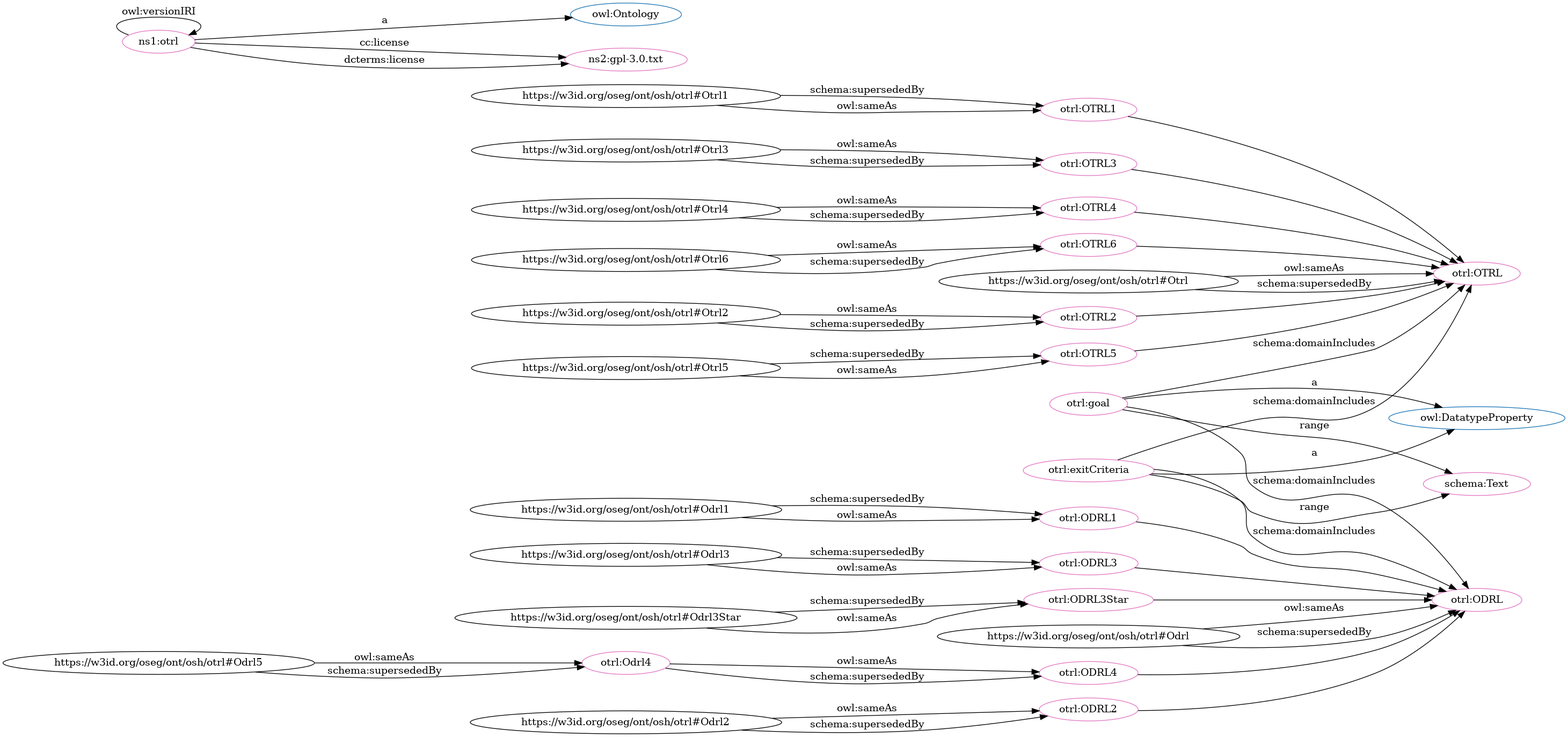
The Graphviz diagram dot_OTRL.png in OPEN-NEXT/OKH-LOSH, before a commit. Its source is kept beside it as dot_OTRL.dot.
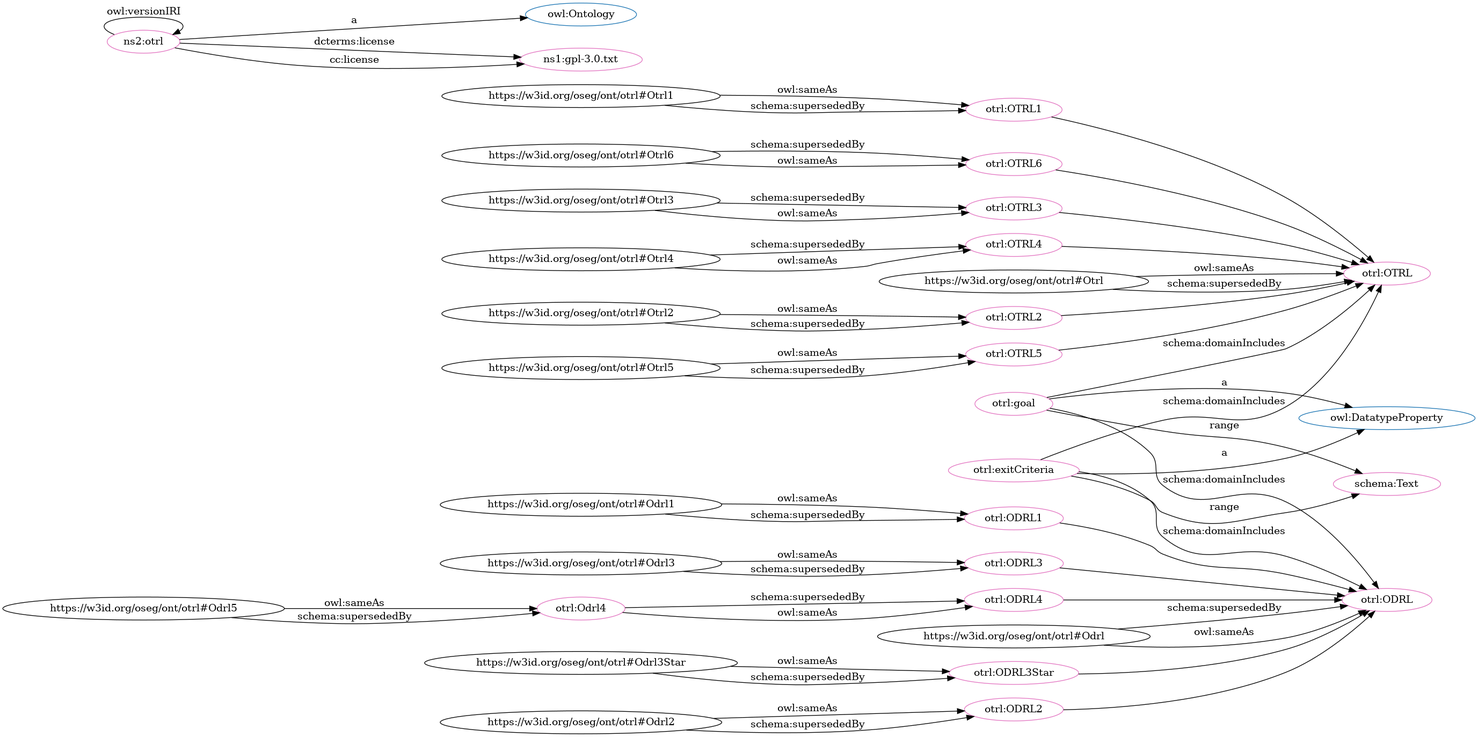
Later version of the same file.

The edit, as a diff of the source:
```diff
@@ -1,89 +1,89 @@
 digraph G {
   rankdir=BT
   node[height=.3]
-"https://w3id.org/oseg/ont/osh/otrl#OTRL" [fillcolor="#1f77b4" color="#1f77b4" label="otrl:OTRL"]
+"https://w3id.org/oseg/ont/otrl#OTRL3" [fillcolor="#1f77b4" color="#1f77b4" label="otrl:OTRL3"]
+"https://w3id.org/oseg/ont/otrl#ODRL1" [fillcolor="#1f77b4" color="#1f77b4" label="otrl:ODRL1"]
 "http://www.w3.org/2002/07/owl#DatatypeProperty" [fillcolor="#1f77b4" color="#1f77b4" label="owl:DatatypeProperty"]
-"https://w3id.org/oseg/ont/osh/otrl#ODRL1" [fillcolor="#1f77b4" color="#1f77b4" label="otrl:ODRL1"]
-"https://w3id.org/oseg/ont/osh/otrl#ODRL3" [fillcolor="#1f77b4" color="#1f77b4" label="otrl:ODRL3"]
-"https://w3id.org/oseg/ont/osh/otrl#OTRL4" [fillcolor="#1f77b4" color="#1f77b4" label="otrl:OTRL4"]
-"https://w3id.org/oseg/ont/osh/otrl#ODRL" [fillcolor="#1f77b4" color="#1f77b4" label="otrl:ODRL"]
-"https://w3id.org/oseg/ont/osh/otrl#OTRL6" [fillcolor="#1f77b4" color="#1f77b4" label="otrl:OTRL6"]
-"https://w3id.org/oseg/ont/osh/otrl#OTRL2" [fillcolor="#1f77b4" color="#1f77b4" label="otrl:OTRL2"]
-"https://w3id.org/oseg/ont/osh/otrl#ODRL3Star" [fillcolor="#1f77b4" color="#1f77b4" label="otrl:ODRL3Star"]
-"https://w3id.org/oseg/ont/osh/otrl#ODRL4" [fillcolor="#1f77b4" color="#1f77b4" label="otrl:ODRL4"]
-"https://w3id.org/oseg/ont/osh/otrl#ODRL2" [fillcolor="#1f77b4" color="#1f77b4" label="otrl:ODRL2"]
-"https://w3id.org/oseg/ont/osh/otrl#OTRL5" [fillcolor="#1f77b4" color="#1f77b4" label="otrl:OTRL5"]
 "http://www.w3.org/2002/07/owl#Ontology" [fillcolor="#1f77b4" color="#1f77b4" label="owl:Ontology"]
-"https://w3id.org/oseg/ont/osh/otrl#OTRL1" [fillcolor="#1f77b4" color="#1f77b4" label="otrl:OTRL1"]
-"https://w3id.org/oseg/ont/osh/otrl#OTRL3" [fillcolor="#1f77b4" color="#1f77b4" label="otrl:OTRL3"]
-"https://w3id.org/oseg/ont/osh/otrl#OTRL3" [fillcolor="#e377c2" color="#e377c2" label="otrl:OTRL3"]
-"https://w3id.org/oseg/ont/osh/otrl" [fillcolor="#e377c2" color="#e377c2" label="ns1:otrl"]
-"https://w3id.org/oseg/ont/osh/otrl#ODRL3" [fillcolor="#e377c2" color="#e377c2" label="otrl:ODRL3"]
-"https://w3id.org/oseg/ont/osh/otrl#goal" [fillcolor="#e377c2" color="#e377c2" label="otrl:goal"]
-"https://w3id.org/oseg/ont/osh/otrl#OTRL5" [fillcolor="#e377c2" color="#e377c2" label="otrl:OTRL5"]
-"https://w3id.org/oseg/ont/osh/otrl#OTRL" [fillcolor="#e377c2" color="#e377c2" label="otrl:OTRL"]
-"https://w3id.org/oseg/ont/osh/otrl#ODRL4" [fillcolor="#e377c2" color="#e377c2" label="otrl:ODRL4"]
-"https://w3id.org/oseg/ont/osh/otrl#ODRL" [fillcolor="#e377c2" color="#e377c2" label="otrl:ODRL"]
-"https://w3id.org/oseg/ont/osh/otrl#exitCriteria" [fillcolor="#e377c2" color="#e377c2" label="otrl:exitCriteria"]
-"https://w3id.org/oseg/ont/osh/otrl#ODRL2" [fillcolor="#e377c2" color="#e377c2" label="otrl:ODRL2"]
+"https://w3id.org/oseg/ont/otrl#ODRL" [fillcolor="#1f77b4" color="#1f77b4" label="otrl:ODRL"]
+"https://w3id.org/oseg/ont/otrl#ODRL3" [fillcolor="#1f77b4" color="#1f77b4" label="otrl:ODRL3"]
+"https://w3id.org/oseg/ont/otrl#ODRL4" [fillcolor="#1f77b4" color="#1f77b4" label="otrl:ODRL4"]
+"https://w3id.org/oseg/ont/otrl#ODRL3Star" [fillcolor="#1f77b4" color="#1f77b4" label="otrl:ODRL3Star"]
+"https://w3id.org/oseg/ont/otrl#OTRL4" [fillcolor="#1f77b4" color="#1f77b4" label="otrl:OTRL4"]
+"https://w3id.org/oseg/ont/otrl#OTRL2" [fillcolor="#1f77b4" color="#1f77b4" label="otrl:OTRL2"]
+"https://w3id.org/oseg/ont/otrl#OTRL5" [fillcolor="#1f77b4" color="#1f77b4" label="otrl:OTRL5"]
+"https://w3id.org/oseg/ont/otrl#OTRL1" [fillcolor="#1f77b4" color="#1f77b4" label="otrl:OTRL1"]
+"https://w3id.org/oseg/ont/otrl#ODRL2" [fillcolor="#1f77b4" color="#1f77b4" label="otrl:ODRL2"]
+"https://w3id.org/oseg/ont/otrl#OTRL" [fillcolor="#1f77b4" color="#1f77b4" label="otrl:OTRL"]
+"https://w3id.org/oseg/ont/otrl#OTRL6" [fillcolor="#1f77b4" color="#1f77b4" label="otrl:OTRL6"]
+"https://w3id.org/oseg/ont/otrl#ODRL2" [fillcolor="#e377c2" color="#e377c2" label="otrl:ODRL2"]
+"https://w3id.org/oseg/ont/otrl#OTRL4" [fillcolor="#e377c2" color="#e377c2" label="otrl:OTRL4"]
+"https://w3id.org/oseg/ont/otrl#OTRL" [fillcolor="#e377c2" color="#e377c2" label="otrl:OTRL"]
+"https://w3id.org/oseg/ont/otrl#ODRL" [fillcolor="#e377c2" color="#e377c2" label="otrl:ODRL"]
+"https://w3id.org/oseg/ont/otrl#goal" [fillcolor="#e377c2" color="#e377c2" label="otrl:goal"]
+"https://w3id.org/oseg/ont/otrl#OTRL5" [fillcolor="#e377c2" color="#e377c2" label="otrl:OTRL5"]
+"https://www.gnu.org/licenses/gpl-3.0.txt" [fillcolor="#e377c2" color="#e377c2" label="ns1:gpl-3.0.txt"]
+"https://w3id.org/oseg/ont/otrl#ODRL1" [fillcolor="#e377c2" color="#e377c2" label="otrl:ODRL1"]
+"https://w3id.org/oseg/ont/otrl#exitCriteria" [fillcolor="#e377c2" color="#e377c2" label="otrl:exitCriteria"]
+"https://w3id.org/oseg/ont/otrl#OTRL3" [fillcolor="#e377c2" color="#e377c2" label="otrl:OTRL3"]
+"https://w3id.org/oseg/ont/otrl#OTRL2" [fillcolor="#e377c2" color="#e377c2" label="otrl:OTRL2"]
+"https://w3id.org/oseg/ont/otrl" [fillcolor="#e377c2" color="#e377c2" label="ns2:otrl"]
+"https://w3id.org/oseg/ont/otrl#OTRL6" [fillcolor="#e377c2" color="#e377c2" label="otrl:OTRL6"]
 "http://schema.org/Text" [fillcolor="#e377c2" color="#e377c2" label="schema:Text"]
-"https://w3id.org/oseg/ont/osh/otrl#OTRL1" [fillcolor="#e377c2" color="#e377c2" label="otrl:OTRL1"]
-"https://w3id.org/oseg/ont/osh/otrl#OTRL4" [fillcolor="#e377c2" color="#e377c2" label="otrl:OTRL4"]
-"https://w3id.org/oseg/ont/osh/otrl#ODRL1" [fillcolor="#e377c2" color="#e377c2" label="otrl:ODRL1"]
-"https://w3id.org/oseg/ont/osh/otrl#ODRL3Star" [fillcolor="#e377c2" color="#e377c2" label="otrl:ODRL3Star"]
-"https://w3id.org/oseg/ont/osh/otrl#Odrl4" [fillcolor="#e377c2" color="#e377c2" label="otrl:Odrl4"]
-"https://w3id.org/oseg/ont/osh/otrl#OTRL6" [fillcolor="#e377c2" color="#e377c2" label="otrl:OTRL6"]
-"https://www.gnu.org/licenses/gpl-3.0.txt" [fillcolor="#e377c2" color="#e377c2" label="ns2:gpl-3.0.txt"]
-"https://w3id.org/oseg/ont/osh/otrl#OTRL2" [fillcolor="#e377c2" color="#e377c2" label="otrl:OTRL2"]
-  "https://w3id.org/oseg/ont/osh/otrl#Otrl3" -> "https://w3id.org/oseg/ont/osh/otrl#OTRL3" [label="owl:sameAs"]
-  "https://w3id.org/oseg/ont/osh/otrl" -> "https://w3id.org/oseg/ont/osh/otrl" [label="owl:versionIRI"]
-  "https://w3id.org/oseg/ont/osh/otrl#Odrl3" -> "https://w3id.org/oseg/ont/osh/otrl#ODRL3" [label="schema:supersededBy"]
-  "https://w3id.org/oseg/ont/osh/otrl" -> "http://www.w3.org/2002/07/owl#Ontology" [label="a"]
-  "https://w3id.org/oseg/ont/osh/otrl#goal" -> "http://www.w3.org/2002/07/owl#DatatypeProperty" [label="a"]
-  "https://w3id.org/oseg/ont/osh/otrl#Otrl5" -> "https://w3id.org/oseg/ont/osh/otrl#OTRL5" [label="schema:supersededBy"]
-  "https://w3id.org/oseg/ont/osh/otrl#Otrl" -> "https://w3id.org/oseg/ont/osh/otrl#OTRL" [label="owl:sameAs"]
-  "https://w3id.org/oseg/ont/osh/otrl#OTRL2" -> "https://w3id.org/oseg/ont/osh/otrl#OTRL" [label=""]
-  "https://w3id.org/oseg/ont/osh/otrl#Otrl" -> "https://w3id.org/oseg/ont/osh/otrl#OTRL" [label="schema:supersededBy"]
-  "https://w3id.org/oseg/ont/osh/otrl#Odrl4" -> "https://w3id.org/oseg/ont/osh/otrl#ODRL4" [label="owl:sameAs"]
-  "https://w3id.org/oseg/ont/osh/otrl#ODRL3" -> "https://w3id.org/oseg/ont/osh/otrl#ODRL" [label=""]
-  "https://w3id.org/oseg/ont/osh/otrl#Odrl" -> "https://w3id.org/oseg/ont/osh/otrl#ODRL" [label="owl:sameAs"]
-  "https://w3id.org/oseg/ont/osh/otrl#exitCriteria" -> "https://w3id.org/oseg/ont/osh/otrl#ODRL" [label="schema:domainIncludes"]
-  "https://w3id.org/oseg/ont/osh/otrl#exitCriteria" -> "http://www.w3.org/2002/07/owl#DatatypeProperty" [label="a"]
-  "https://w3id.org/oseg/ont/osh/otrl#Odrl2" -> "https://w3id.org/oseg/ont/osh/otrl#ODRL2" [label="owl:sameAs"]
-  "https://w3id.org/oseg/ont/osh/otrl#OTRL5" -> "https://w3id.org/oseg/ont/osh/otrl#OTRL" [label=""]
-  "https://w3id.org/oseg/ont/osh/otrl#ODRL3Star" -> "https://w3id.org/oseg/ont/osh/otrl#ODRL" [label=""]
-  "https://w3id.org/oseg/ont/osh/otrl#exitCriteria" -> "http://schema.org/Text" [label="range"]
-  "https://w3id.org/oseg/ont/osh/otrl#OTRL3" -> "https://w3id.org/oseg/ont/osh/otrl#OTRL" [label=""]
-  "https://w3id.org/oseg/ont/osh/otrl#Odrl2" -> "https://w3id.org/oseg/ont/osh/otrl#ODRL2" [label="schema:supersededBy"]
-  "https://w3id.org/oseg/ont/osh/otrl#Otrl1" -> "https://w3id.org/oseg/ont/osh/otrl#OTRL1" [label="schema:supersededBy"]
-  "https://w3id.org/oseg/ont/osh/otrl#Otrl4" -> "https://w3id.org/oseg/ont/osh/otrl#OTRL4" [label="owl:sameAs"]
-  "https://w3id.org/oseg/ont/osh/otrl#Odrl3" -> "https://w3id.org/oseg/ont/osh/otrl#ODRL3" [label="owl:sameAs"]
-  "https://w3id.org/oseg/ont/osh/otrl#Otrl4" -> "https://w3id.org/oseg/ont/osh/otrl#OTRL4" [label="schema:supersededBy"]
-  "https://w3id.org/oseg/ont/osh/otrl#Odrl1" -> "https://w3id.org/oseg/ont/osh/otrl#ODRL1" [label="schema:supersededBy"]
-  "https://w3id.org/oseg/ont/osh/otrl#Odrl3Star" -> "https://w3id.org/oseg/ont/osh/otrl#ODRL3Star" [label="schema:supersededBy"]
-  "https://w3id.org/oseg/ont/osh/otrl#Odrl5" -> "https://w3id.org/oseg/ont/osh/otrl#Odrl4" [label="owl:sameAs"]
-  "https://w3id.org/oseg/ont/osh/otrl#Otrl5" -> "https://w3id.org/oseg/ont/osh/otrl#OTRL5" [label="owl:sameAs"]
-  "https://w3id.org/oseg/ont/osh/otrl#ODRL4" -> "https://w3id.org/oseg/ont/osh/otrl#ODRL" [label=""]
-  "https://w3id.org/oseg/ont/osh/otrl#Odrl4" -> "https://w3id.org/oseg/ont/osh/otrl#ODRL4" [label="schema:supersededBy"]
-  "https://w3id.org/oseg/ont/osh/otrl#Otrl6" -> "https://w3id.org/oseg/ont/osh/otrl#OTRL6" [label="owl:sameAs"]
-  "https://w3id.org/oseg/ont/osh/otrl" -> "https://www.gnu.org/licenses/gpl-3.0.txt" [label="cc:license"]
-  "https://w3id.org/oseg/ont/osh/otrl#Odrl5" -> "https://w3id.org/oseg/ont/osh/otrl#Odrl4" [label="schema:supersededBy"]
-  "https://w3id.org/oseg/ont/osh/otrl#OTRL4" -> "https://w3id.org/oseg/ont/osh/otrl#OTRL" [label=""]
-  "https://w3id.org/oseg/ont/osh/otrl#Otrl6" -> "https://w3id.org/oseg/ont/osh/otrl#OTRL6" [label="schema:supersededBy"]
-  "https://w3id.org/oseg/ont/osh/otrl#Otrl2" -> "https://w3id.org/oseg/ont/osh/otrl#OTRL2" [label="owl:sameAs"]
-  "https://w3id.org/oseg/ont/osh/otrl#goal" -> "https://w3id.org/oseg/ont/osh/otrl#ODRL" [label="schema:domainIncludes"]
-  "https://w3id.org/oseg/ont/osh/otrl#goal" -> "http://schema.org/Text" [label="range"]
-  "https://w3id.org/oseg/ont/osh/otrl#Odrl1" -> "https://w3id.org/oseg/ont/osh/otrl#ODRL1" [label="owl:sameAs"]
-  "https://w3id.org/oseg/ont/osh/otrl#Otrl3" -> "https://w3id.org/oseg/ont/osh/otrl#OTRL3" [label="schema:supersededBy"]
-  "https://w3id.org/oseg/ont/osh/otrl#Otrl2" -> "https://w3id.org/oseg/ont/osh/otrl#OTRL2" [label="schema:supersededBy"]
-  "https://w3id.org/oseg/ont/osh/otrl#ODRL1" -> "https://w3id.org/oseg/ont/osh/otrl#ODRL" [label=""]
-  "https://w3id.org/oseg/ont/osh/otrl#exitCriteria" -> "https://w3id.org/oseg/ont/osh/otrl#OTRL" [label="schema:domainIncludes"]
-  "https://w3id.org/oseg/ont/osh/otrl#OTRL1" -> "https://w3id.org/oseg/ont/osh/otrl#OTRL" [label=""]
-  "https://w3id.org/oseg/ont/osh/otrl" -> "https://www.gnu.org/licenses/gpl-3.0.txt" [label="dcterms:license"]
-  "https://w3id.org/oseg/ont/osh/otrl#goal" -> "https://w3id.org/oseg/ont/osh/otrl#OTRL" [label="schema:domainIncludes"]
-  "https://w3id.org/oseg/ont/osh/otrl#Odrl" -> "https://w3id.org/oseg/ont/osh/otrl#ODRL" [label="schema:supersededBy"]
-  "https://w3id.org/oseg/ont/osh/otrl#Odrl3Star" -> "https://w3id.org/oseg/ont/osh/otrl#ODRL3Star" [label="owl:sameAs"]
-  "https://w3id.org/oseg/ont/osh/otrl#ODRL2" -> "https://w3id.org/oseg/ont/osh/otrl#ODRL" [label=""]
-  "https://w3id.org/oseg/ont/osh/otrl#OTRL6" -> "https://w3id.org/oseg/ont/osh/otrl#OTRL" [label=""]
-  "https://w3id.org/oseg/ont/osh/otrl#Otrl1" -> "https://w3id.org/oseg/ont/osh/otrl#OTRL1" [label="owl:sameAs"]
+"https://w3id.org/oseg/ont/otrl#ODRL4" [fillcolor="#e377c2" color="#e377c2" label="otrl:ODRL4"]
+"https://w3id.org/oseg/ont/otrl#ODRL3" [fillcolor="#e377c2" color="#e377c2" label="otrl:ODRL3"]
+"https://w3id.org/oseg/ont/otrl#ODRL3Star" [fillcolor="#e377c2" color="#e377c2" label="otrl:ODRL3Star"]
+"https://w3id.org/oseg/ont/otrl#Odrl4" [fillcolor="#e377c2" color="#e377c2" label="otrl:Odrl4"]
+"https://w3id.org/oseg/ont/otrl#OTRL1" [fillcolor="#e377c2" color="#e377c2" label="otrl:OTRL1"]
+  "https://w3id.org/oseg/ont/otrl#Odrl2" -> "https://w3id.org/oseg/ont/otrl#ODRL2" [label="owl:sameAs"]
+  "https://w3id.org/oseg/ont/otrl#Otrl4" -> "https://w3id.org/oseg/ont/otrl#OTRL4" [label="schema:supersededBy"]
+  "https://w3id.org/oseg/ont/otrl#goal" -> "https://w3id.org/oseg/ont/otrl#OTRL" [label="schema:domainIncludes"]
+  "https://w3id.org/oseg/ont/otrl#Otrl" -> "https://w3id.org/oseg/ont/otrl#OTRL" [label="owl:sameAs"]
+  "https://w3id.org/oseg/ont/otrl#Odrl" -> "https://w3id.org/oseg/ont/otrl#ODRL" [label="schema:supersededBy"]
+  "https://w3id.org/oseg/ont/otrl#exitCriteria" -> "https://w3id.org/oseg/ont/otrl#ODRL" [label="schema:domainIncludes"]
+  "https://w3id.org/oseg/ont/otrl#goal" -> "http://www.w3.org/2002/07/owl#DatatypeProperty" [label="a"]
+  "https://w3id.org/oseg/ont/otrl#Otrl5" -> "https://w3id.org/oseg/ont/otrl#OTRL5" [label="owl:sameAs"]
+  "https://w3id.org/oseg/ont/otrl#ODRL3Star" -> "https://w3id.org/oseg/ont/otrl#ODRL" [label=""]
+  "https://w3id.org/oseg/ont/otrl" -> "https://www.gnu.org/licenses/gpl-3.0.txt" [label="dcterms:license"]
+  "https://w3id.org/oseg/ont/otrl#OTRL4" -> "https://w3id.org/oseg/ont/otrl#OTRL" [label=""]
+  "https://w3id.org/oseg/ont/otrl" -> "https://www.gnu.org/licenses/gpl-3.0.txt" [label="cc:license"]
+  "https://w3id.org/oseg/ont/otrl#Odrl1" -> "https://w3id.org/oseg/ont/otrl#ODRL1" [label="owl:sameAs"]
+  "https://w3id.org/oseg/ont/otrl#OTRL1" -> "https://w3id.org/oseg/ont/otrl#OTRL" [label=""]
+  "https://w3id.org/oseg/ont/otrl#OTRL5" -> "https://w3id.org/oseg/ont/otrl#OTRL" [label=""]
+  "https://w3id.org/oseg/ont/otrl#OTRL3" -> "https://w3id.org/oseg/ont/otrl#OTRL" [label=""]
+  "https://w3id.org/oseg/ont/otrl#exitCriteria" -> "http://www.w3.org/2002/07/owl#DatatypeProperty" [label="a"]
+  "https://w3id.org/oseg/ont/otrl#Otrl3" -> "https://w3id.org/oseg/ont/otrl#OTRL3" [label="schema:supersededBy"]
+  "https://w3id.org/oseg/ont/otrl#Otrl2" -> "https://w3id.org/oseg/ont/otrl#OTRL2" [label="owl:sameAs"]
+  "https://w3id.org/oseg/ont/otrl#ODRL1" -> "https://w3id.org/oseg/ont/otrl#ODRL" [label=""]
+  "https://w3id.org/oseg/ont/otrl#Odrl2" -> "https://w3id.org/oseg/ont/otrl#ODRL2" [label="schema:supersededBy"]
+  "https://w3id.org/oseg/ont/otrl#Otrl" -> "https://w3id.org/oseg/ont/otrl#OTRL" [label="schema:supersededBy"]
+  "https://w3id.org/oseg/ont/otrl" -> "http://www.w3.org/2002/07/owl#Ontology" [label="a"]
+  "https://w3id.org/oseg/ont/otrl#Otrl6" -> "https://w3id.org/oseg/ont/otrl#OTRL6" [label="schema:supersededBy"]
+  "https://w3id.org/oseg/ont/otrl#goal" -> "http://schema.org/Text" [label="range"]
+  "https://w3id.org/oseg/ont/otrl#Odrl4" -> "https://w3id.org/oseg/ont/otrl#ODRL4" [label="schema:supersededBy"]
+  "https://w3id.org/oseg/ont/otrl#Otrl3" -> "https://w3id.org/oseg/ont/otrl#OTRL3" [label="owl:sameAs"]
+  "https://w3id.org/oseg/ont/otrl#Odrl1" -> "https://w3id.org/oseg/ont/otrl#ODRL1" [label="schema:supersededBy"]
+  "https://w3id.org/oseg/ont/otrl#Otrl6" -> "https://w3id.org/oseg/ont/otrl#OTRL6" [label="owl:sameAs"]
+  "https://w3id.org/oseg/ont/otrl#Odrl3" -> "https://w3id.org/oseg/ont/otrl#ODRL3" [label="owl:sameAs"]
+  "https://w3id.org/oseg/ont/otrl#Odrl3Star" -> "https://w3id.org/oseg/ont/otrl#ODRL3Star" [label="owl:sameAs"]
+  "https://w3id.org/oseg/ont/otrl#OTRL2" -> "https://w3id.org/oseg/ont/otrl#OTRL" [label=""]
+  "https://w3id.org/oseg/ont/otrl#Otrl2" -> "https://w3id.org/oseg/ont/otrl#OTRL2" [label="schema:supersededBy"]
+  "https://w3id.org/oseg/ont/otrl#exitCriteria" -> "http://schema.org/Text" [label="range"]
+  "https://w3id.org/oseg/ont/otrl#Odrl3" -> "https://w3id.org/oseg/ont/otrl#ODRL3" [label="schema:supersededBy"]
+  "https://w3id.org/oseg/ont/otrl#Odrl4" -> "https://w3id.org/oseg/ont/otrl#ODRL4" [label="owl:sameAs"]
+  "https://w3id.org/oseg/ont/otrl#Otrl4" -> "https://w3id.org/oseg/ont/otrl#OTRL4" [label="owl:sameAs"]
+  "https://w3id.org/oseg/ont/otrl#Odrl5" -> "https://w3id.org/oseg/ont/otrl#Odrl4" [label="owl:sameAs"]
+  "https://w3id.org/oseg/ont/otrl#OTRL6" -> "https://w3id.org/oseg/ont/otrl#OTRL" [label=""]
+  "https://w3id.org/oseg/ont/otrl#ODRL4" -> "https://w3id.org/oseg/ont/otrl#ODRL" [label=""]
+  "https://w3id.org/oseg/ont/otrl#Odrl5" -> "https://w3id.org/oseg/ont/otrl#Odrl4" [label="schema:supersededBy"]
+  "https://w3id.org/oseg/ont/otrl#ODRL3" -> "https://w3id.org/oseg/ont/otrl#ODRL" [label=""]
+  "https://w3id.org/oseg/ont/otrl#goal" -> "https://w3id.org/oseg/ont/otrl#ODRL" [label="schema:domainIncludes"]
+  "https://w3id.org/oseg/ont/otrl#Otrl1" -> "https://w3id.org/oseg/ont/otrl#OTRL1" [label="owl:sameAs"]
+  "https://w3id.org/oseg/ont/otrl" -> "https://w3id.org/oseg/ont/otrl" [label="owl:versionIRI"]
+  "https://w3id.org/oseg/ont/otrl#Otrl1" -> "https://w3id.org/oseg/ont/otrl#OTRL1" [label="schema:supersededBy"]
+  "https://w3id.org/oseg/ont/otrl#ODRL2" -> "https://w3id.org/oseg/ont/otrl#ODRL" [label=""]
+  "https://w3id.org/oseg/ont/otrl#Odrl3Star" -> "https://w3id.org/oseg/ont/otrl#ODRL3Star" [label="schema:supersededBy"]
+  "https://w3id.org/oseg/ont/otrl#Otrl5" -> "https://w3id.org/oseg/ont/otrl#OTRL5" [label="schema:supersededBy"]
+  "https://w3id.org/oseg/ont/otrl#exitCriteria" -> "https://w3id.org/oseg/ont/otrl#OTRL" [label="schema:domainIncludes"]
+  "https://w3id.org/oseg/ont/otrl#Odrl" -> "https://w3id.org/oseg/ont/otrl#ODRL" [label="owl:sameAs"]
 }
```
